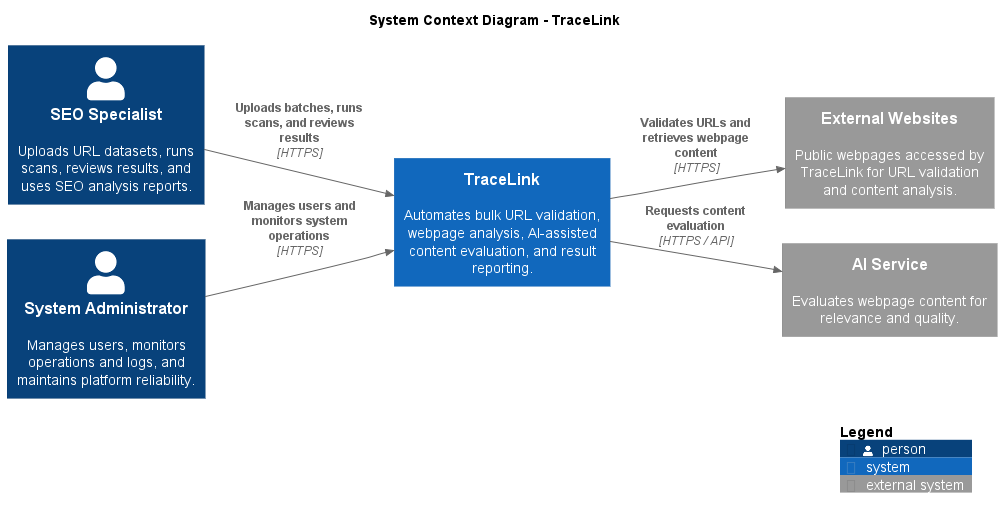
Earlier version of the PlantUML export docs/c4/images/system-context.png (APC-SoCIT/APC-2026-2027-T1-SF241-Grp-3-Dark-Triad-TRACELINK-AI-Assisted-Platform).
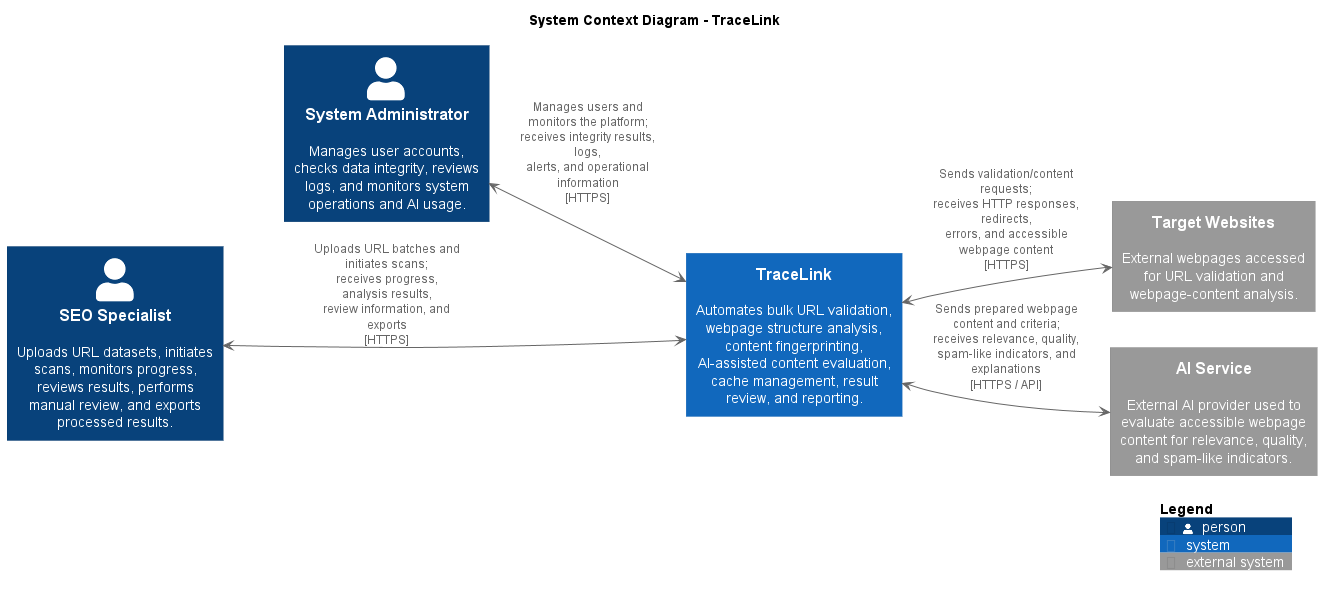
The same file after the commit.

Commit message:
Update TraceLink system context diagram

Change to the diagram source:
```diff
@@ -6,23 +6,25 @@
 
 title System Context Diagram - TraceLink
 
-Person(seoSpecialist, "SEO Specialist", "Uploads URL datasets, runs scans, reviews results, and uses SEO analysis reports.")
+Person(seoSpecialist, "SEO Specialist", "Uploads URL datasets, initiates scans, monitors progress, reviews results, performs manual review, and exports processed results.")
 
-Person(systemAdmin, "System Administrator", "Manages users, monitors operations and logs, and maintains platform reliability.")
+Person(systemAdmin, "System Administrator", "Manages user accounts, checks data integrity, reviews logs, and monitors system operations and AI usage.")
 
-System(traceLink, "TraceLink", "Automates bulk URL validation, webpage analysis, AI-assisted content evaluation, and result reporting.")
+System(traceLink, "TraceLink", "Automates bulk URL validation, webpage structure analysis, content fingerprinting, AI-assisted content evaluation, cache management, result review, and reporting.")
 
-System_Ext(externalWebsites, "External Websites", "Public webpages accessed by TraceLink for URL validation and content analysis.")
+System_Ext(targetWebsites, "Target Websites", "External webpages accessed for URL validation and webpage-content analysis.")
 
-System_Ext(aiService, "AI Service", "Evaluates webpage content for relevance and quality.")
+System_Ext(aiService, "AI Service", "External AI provider used to evaluate accessible webpage content for relevance, quality, and spam-like indicators.")
 
-Rel(seoSpecialist, traceLink, "Uploads batches, runs scans, and reviews results", "HTTPS")
+seoSpecialist -[hidden]down-> systemAdmin
 
-Rel(systemAdmin, traceLink, "Manages users and monitors system operations", "HTTPS")
+seoSpecialist <--> traceLink : Uploads URL batches and initiates scans;\nreceives progress, analysis results,\nreview information, and exports\n[HTTPS]
 
-Rel(traceLink, externalWebsites, "Validates URLs and retrieves webpage content", "HTTPS")
+systemAdmin <--> traceLink : Manages users and monitors the platform;\nreceives integrity results, logs,\nalerts, and operational information\n[HTTPS]
 
-Rel(traceLink, aiService, "Requests content evaluation", "HTTPS / API")
+traceLink <--> targetWebsites : Sends validation/content requests;\nreceives HTTP responses, redirects,\nerrors, and accessible webpage content\n[HTTPS]
+
+traceLink <--> aiService : Sends prepared webpage content and criteria;\nreceives relevance, quality,\nspam-like indicators, and explanations\n[HTTPS / API]
 
 SHOW_LEGEND()
 
```
